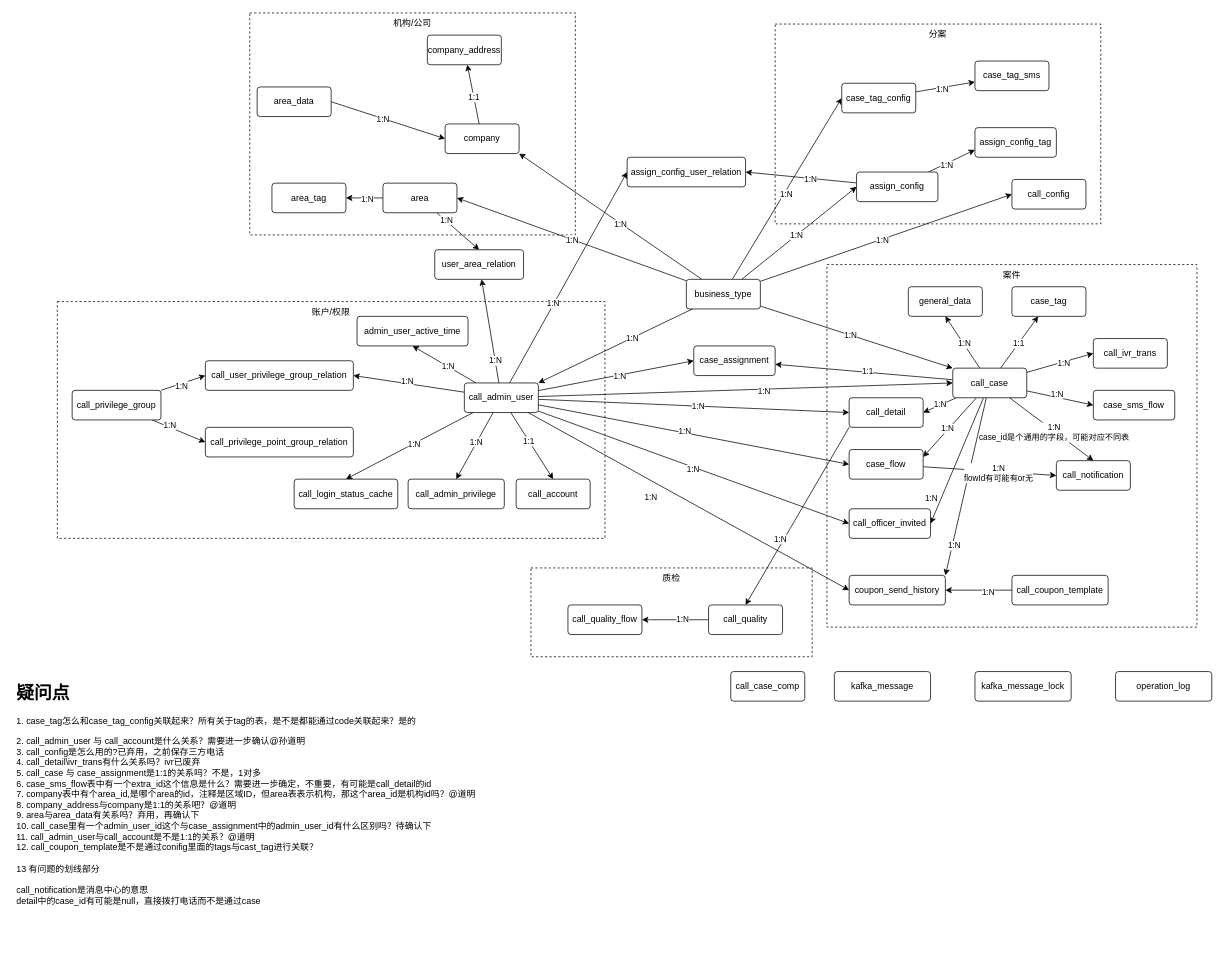
Earlier version of the draw.io diagram 电销系统-数据架构.drawio (ABIN-DS/flowchart). Source tidied: cells renumbered, new cells numbered last; positions are measured from the earlier drawing's top-left corner, leaving out a move shared by most shapes. Both pictures are drawn from the tidied source at 74%, with x=0, y=0 at pixel (13, 13).
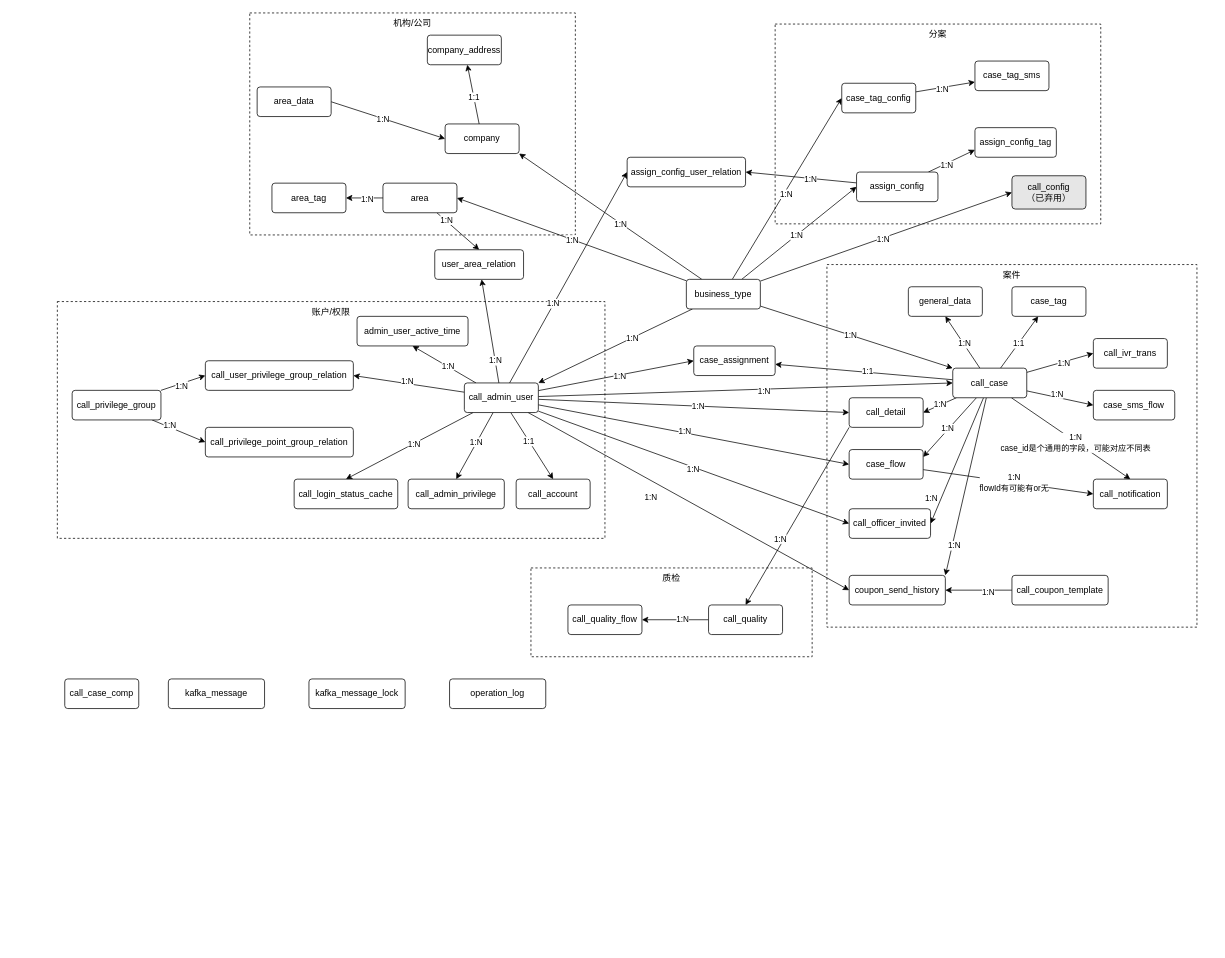
Above is the later version.

Commit message (it also covers changes not shown here):
更新电销系统-数据架构.drawio

Change to the diagram source:
```diff
@@
-    <mxCell id="81" value="&lt;h1&gt;疑问点&lt;/h1&gt;&lt;p&gt;1. case_tag怎么和case_tag_config关联起来？所有关于tag的表，是不是都能通过code关联起来？是的&lt;/p&gt;2. call_admin_user 与 call_account是什么关系？需要进一步确认@孙道明&lt;br&gt;3.&amp;nbsp;call_config是怎么用的?已弃用，之前保存三方电话&lt;br&gt;4. call_detail\ivr_trans有什么关系吗？ivr已废弃&lt;br&gt;5.&amp;nbsp;call_case 与 case_assignment是1:1的关系吗？不是，1对多&lt;br&gt;6.&amp;nbsp;case_sms_flow表中有一个extra_id这个信息是什么？需要进一步确定，不重要，有可能是call_detail的id&lt;br&gt;7. company表中有个area_id,是哪个area的id，注释是区域ID，但area表表示机构，那这个area_id是机构id吗？@道明&lt;br&gt;8.&amp;nbsp;company_address与company是1:1的关系吧？@道明&lt;br&gt;9. area与area_data有关系吗？弃用，再确认下&lt;br&gt;10.&amp;nbsp;call_case里有一个admin_user_id这个与case_assignment中的admin_user_id有什么区别吗？待确认下&lt;br&gt;11.&amp;nbsp;call_admin_user与call_account是不是1:1的关系？@道明&lt;br&gt;12.&amp;nbsp;call_coupon_template是不是通过conifig里面的tags与cast_tag进行关联？&lt;br&gt;&lt;br&gt;13 有问题的划线部分&lt;br&gt;&lt;br&gt;call_notification是消息中心的意思&lt;br&gt;detail中的case_id有可能是null，直接拨打电话而不是通过case&lt;br&gt;" style="text;html=1;strokeColor=none;fillColor=none;spacing=5;spacingTop=-20;whiteSpace=wrap;overflow=hidden;rounded=0;" parent="1" vertex="1">
-      <mxGeometry y="900" width="680" height="360" as="geometry" />
-    </mxCell>
     <mxCell id="82" value="call_case_comp" style="rounded=1;arcSize=10;whiteSpace=wrap;html=1;align=center;" parent="1" vertex="1">
-      <mxGeometry x="970" y="890" width="100" height="40" as="geometry" />
+      <mxGeometry x="70" y="900" width="100" height="40" as="geometry" />
     </mxCell>
@@
-    <mxCell id="85" value="call_config" style="rounded=1;arcSize=10;whiteSpace=wrap;html=1;align=center;" parent="1" vertex="1">
-      <mxGeometry x="1350" y="225" width="100" height="40" as="geometry" />
+    <mxCell id="85" value="call_config&lt;br&gt;（已弃用）" style="rounded=1;arcSize=10;whiteSpace=wrap;html=1;align=center;fillColor=#E6E6E6;" parent="1" vertex="1">
+      <mxGeometry x="1350" y="220" width="100" height="45" as="geometry" />
     </mxCell>
@@
     <mxCell id="91" value="call_notification" style="rounded=1;arcSize=10;whiteSpace=wrap;html=1;align=center;" parent="1" vertex="1">
-      <mxGeometry x="1410" y="605" width="100" height="40" as="geometry" />
+      <mxGeometry x="1460" y="630" width="100" height="40" as="geometry" />
     </mxCell>
@@
     <mxCell id="119" value="kafka_message" style="rounded=1;arcSize=10;whiteSpace=wrap;html=1;align=center;" parent="1" vertex="1">
-      <mxGeometry x="1110" y="890" width="130" height="40" as="geometry" />
+      <mxGeometry x="210" y="900" width="130" height="40" as="geometry" />
     </mxCell>
     <mxCell id="120" value="kafka_message_lock" style="rounded=1;arcSize=10;whiteSpace=wrap;html=1;align=center;" parent="1" vertex="1">
-      <mxGeometry x="1300" y="890" width="130" height="40" as="geometry" />
+      <mxGeometry x="400" y="900" width="130" height="40" as="geometry" />
     </mxCell>
     <mxCell id="121" value="operation_log" style="rounded=1;arcSize=10;whiteSpace=wrap;html=1;align=center;" parent="1" vertex="1">
-      <mxGeometry x="1490" y="890" width="130" height="40" as="geometry" />
+      <mxGeometry x="590" y="900" width="130" height="40" as="geometry" />
     </mxCell>
```
